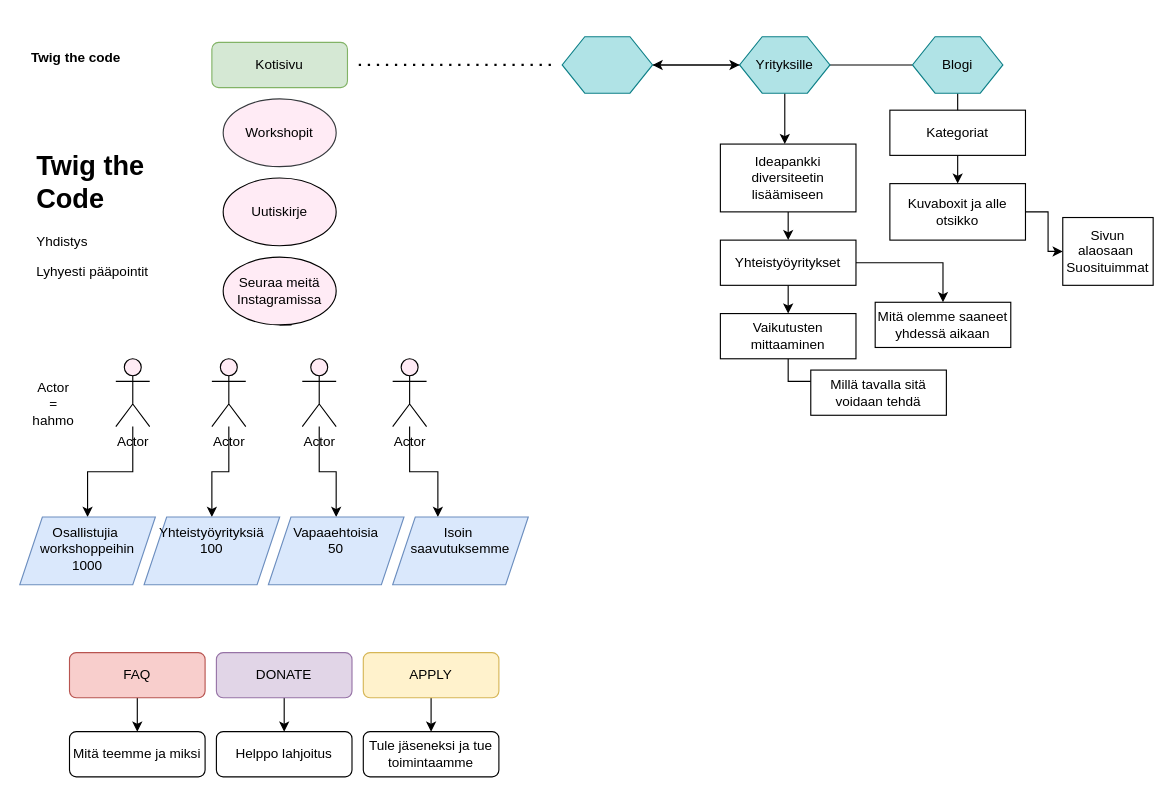
The draw.io diagram Untitled Diagram.drawio in susannakyllonen/TTCpage-flow, before the edit. Source tidied: cells renumbered, new cells numbered last; positions are measured from the earlier drawing's top-left corner, leaving out a move shared by most shapes. Both pictures are drawn from the tidied source at 113%, with x=0, y=0 at pixel (19, 36).
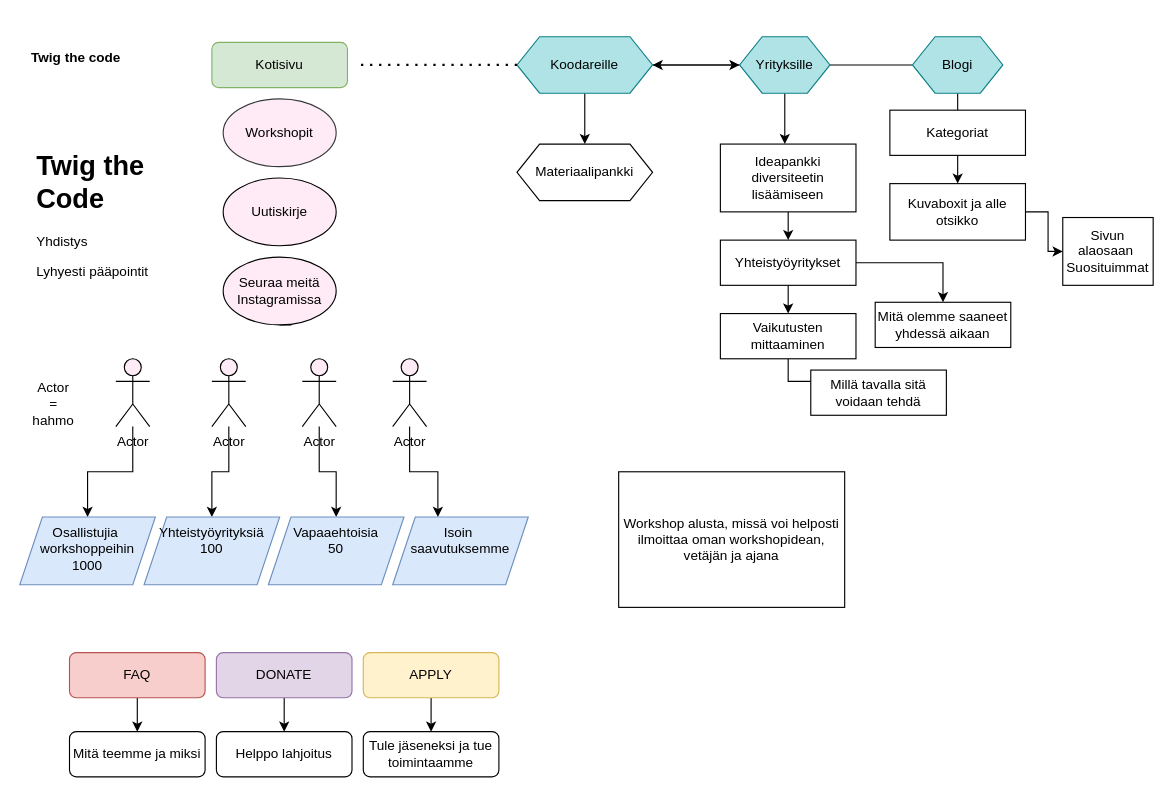
The same page after the edit.

Commit message:
Twig the code sivu

Diff of the diagram source:
```diff
@@
+    <mxCell id="52" style="edgeStyle=orthogonalEdgeStyle;rounded=0;jettySize=auto;html=1;" parent="1" edge="1" source="13" target="54">
+      <mxGeometry relative="1" as="geometry" />
+    </mxCell>
-    <mxCell id="13" style="shape=hexagon;perimeter=hexagonPerimeter2;whiteSpace=wrap;html=1;fixedSize=1;fillColor=#b0e3e6;strokeColor=#0e8088;" parent="1" vertex="1">
-      <mxGeometry x="480" width="80" height="50" as="geometry" />
+    <mxCell id="13" value="Koodareille" style="shape=hexagon;perimeter=hexagonPerimeter2;whiteSpace=wrap;html=1;fixedSize=1;fillColor=#b0e3e6;strokeColor=#0e8088;" parent="1" vertex="1">
+      <mxGeometry x="440" width="120" height="50" as="geometry" />
     </mxCell>
@@
     <mxCell id="19" style="endArrow=none;dashed=1;html=1;dashPattern=1 3;strokeWidth=2;" parent="1" edge="1">
       <mxGeometry relative="1" as="geometry">
-        <mxPoint x="470" y="25" as="sourcePoint" />
+        <mxPoint x="440" y="25" as="sourcePoint" />
         <mxPoint x="300" y="25" as="targetPoint" />
       </mxGeometry>
     </mxCell>
@@
+    <mxCell id="53" value="Workshop alusta, missä voi helposti ilmoittaa oman workshopidean, vetäjän ja ajana" style="rounded=0;whiteSpace=wrap;html=1;" parent="1" vertex="1">
+      <mxGeometry x="530" y="385" width="200" height="120" as="geometry" />
+    </mxCell>
+    <mxCell id="54" value="Materiaalipankki" style="shape=hexagon;perimeter=hexagonPerimeter2;whiteSpace=wrap;html=1;fixedSize=1;" parent="1" vertex="1">
+      <mxGeometry x="440" y="95" width="120" height="50" as="geometry" />
+    </mxCell>
```
